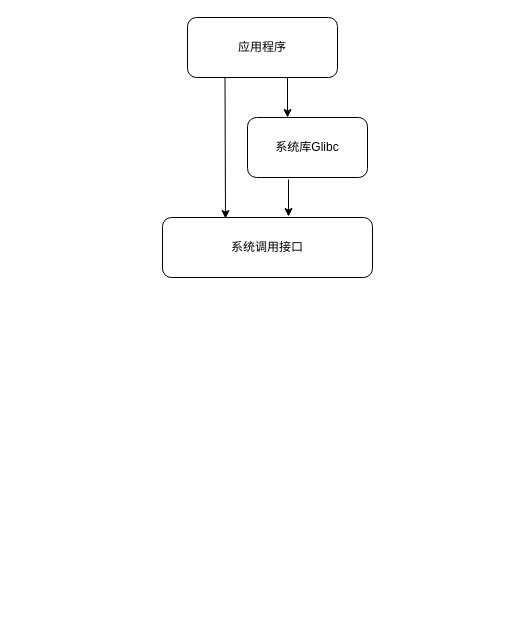
ywq1113/VASP_script keeps this draw.io diagram as Linux filesystem.drawio. Above is the earlier version. Source tidied: cells renumbered, new cells numbered last; positions are measured from the earlier drawing's top-left corner, leaving out a move shared by most shapes. Both pictures are drawn from the tidied source at 100%, with x=0, y=0 at pixel (162, 17).
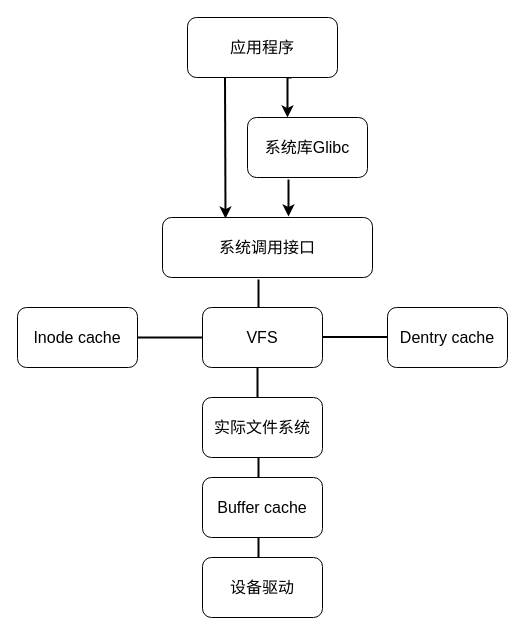
The same diagram, later.

The edit, as a diff of the source:
```diff
@@
-    <mxCell id="2" style="edgeStyle=orthogonalEdgeStyle;rounded=0;jettySize=auto;html=1;" parent="1" edge="1" target="4">
+    <mxCell id="2" style="edgeStyle=orthogonalEdgeStyle;rounded=0;jettySize=auto;html=1;strokeWidth=2;" parent="1" edge="1" target="4">
       <mxGeometry relative="1" as="geometry">
         <mxPoint x="129" y="60" as="sourcePoint" />
         <Array as="points">
           <mxPoint x="125" y="60" />
         </Array>
       </mxGeometry>
     </mxCell>
-    <mxCell id="3" value="应用程序" style="rounded=1;whiteSpace=wrap;html=1;" parent="1" vertex="1">
+    <mxCell id="3" value="&lt;font style=&quot;font-size: 16px&quot;&gt;应用程序&lt;/font&gt;" style="rounded=1;whiteSpace=wrap;html=1;" parent="1" vertex="1">
       <mxGeometry x="25" width="150" height="60" as="geometry" />
     </mxCell>
-    <mxCell id="4" value="系统库Glibc" style="whiteSpace=wrap;html=1;rounded=1;" parent="1" vertex="1">
+    <mxCell id="4" value="&lt;font style=&quot;font-size: 16px&quot;&gt;系统库Glibc&lt;/font&gt;" style="whiteSpace=wrap;html=1;rounded=1;" parent="1" vertex="1">
       <mxGeometry x="85" y="100" width="120" height="60" as="geometry" />
     </mxCell>
-    <mxCell id="5" value="系统调用接口" style="whiteSpace=wrap;html=1;rounded=1;" parent="1" vertex="1">
+    <mxCell id="5" value="&lt;font style=&quot;font-size: 16px&quot;&gt;系统调用接口&lt;/font&gt;" style="whiteSpace=wrap;html=1;rounded=1;" parent="1" vertex="1">
       <mxGeometry y="200" width="210" height="60" as="geometry" />
     </mxCell>
-    <mxCell id="6" style="endArrow=classic;html=1;exitX=0.25;exitY=1;exitDx=0;exitDy=0;entryX=0.3;entryY=0.017;entryDx=0;entryDy=0;entryPerimeter=0;" parent="1" edge="1" source="3" target="5">
+    <mxCell id="6" style="endArrow=classic;html=1;exitX=0.25;exitY=1;exitDx=0;exitDy=0;entryX=0.3;entryY=0.017;entryDx=0;entryDy=0;entryPerimeter=0;strokeWidth=2;" parent="1" edge="1" source="3" target="5">
       <mxGeometry relative="1" as="geometry" />
     </mxCell>
-    <mxCell id="7" style="endArrow=classic;html=1;exitX=0.308;exitY=1.033;exitDx=0;exitDy=0;exitPerimeter=0;entryX=0.581;entryY=-0.017;entryDx=0;entryDy=0;entryPerimeter=0;" parent="1" edge="1">
+    <mxCell id="7" style="endArrow=classic;html=1;exitX=0.308;exitY=1.033;exitDx=0;exitDy=0;exitPerimeter=0;entryX=0.581;entryY=-0.017;entryDx=0;entryDy=0;entryPerimeter=0;strokeWidth=2;" parent="1" edge="1">
       <mxGeometry relative="1" as="geometry">
         <mxPoint x="126" y="162" as="sourcePoint" />
         <mxPoint x="126" y="199" as="targetPoint" />
       </mxGeometry>
     </mxCell>
+    <mxCell id="8" style="endArrow=none;html=1;strokeWidth=2;entryX=0.462;entryY=1.05;entryDx=0;entryDy=0;entryPerimeter=0;" parent="1" edge="1">
+      <mxGeometry relative="1" as="geometry">
+        <mxPoint x="96" y="290" as="sourcePoint" />
+        <mxPoint x="96" y="262" as="targetPoint" />
+      </mxGeometry>
+    </mxCell>
+    <mxCell id="9" value="&lt;font style=&quot;font-size: 16px&quot;&gt;VFS&lt;/font&gt;" style="rounded=1;whiteSpace=wrap;html=1;" parent="1" vertex="1">
+      <mxGeometry x="40" y="290" width="120" height="60" as="geometry" />
+    </mxCell>
+    <mxCell id="10" style="endArrow=none;html=1;strokeWidth=2;entryX=0;entryY=0.5;entryDx=0;entryDy=0;" parent="1" edge="1" target="9">
+      <mxGeometry relative="1" as="geometry">
+        <mxPoint x="-25" y="320" as="sourcePoint" />
+      </mxGeometry>
+    </mxCell>
+    <mxCell id="11" value="&lt;span style=&quot;font-size: 16px&quot;&gt;Inode cache&lt;br&gt;&lt;/span&gt;" style="rounded=1;whiteSpace=wrap;html=1;" parent="1" vertex="1">
+      <mxGeometry x="-145" y="290" width="120" height="60" as="geometry" />
+    </mxCell>
+    <mxCell id="12" value="&lt;span style=&quot;font-size: 16px&quot;&gt;Dentry cache&lt;br&gt;&lt;/span&gt;" style="rounded=1;whiteSpace=wrap;html=1;" parent="1" vertex="1">
+      <mxGeometry x="225" y="290" width="120" height="60" as="geometry" />
+    </mxCell>
+    <mxCell id="13" style="endArrow=none;html=1;strokeWidth=2;entryX=0;entryY=0.5;entryDx=0;entryDy=0;" parent="1" edge="1">
+      <mxGeometry relative="1" as="geometry">
+        <mxPoint x="160" y="319.5" as="sourcePoint" />
+        <mxPoint x="225" y="319.5" as="targetPoint" />
+      </mxGeometry>
+    </mxCell>
+    <mxCell id="14" style="endArrow=none;html=1;strokeWidth=2;entryX=0.462;entryY=1.05;entryDx=0;entryDy=0;entryPerimeter=0;" parent="1" edge="1">
+      <mxGeometry relative="1" as="geometry">
+        <mxPoint x="95" y="380" as="sourcePoint" />
+        <mxPoint x="95" y="350" as="targetPoint" />
+      </mxGeometry>
+    </mxCell>
+    <mxCell id="15" value="&lt;span style=&quot;font-size: 16px&quot;&gt;实际文件系统&lt;/span&gt;" style="rounded=1;whiteSpace=wrap;html=1;" parent="1" vertex="1">
+      <mxGeometry x="40" y="380" width="120" height="60" as="geometry" />
+    </mxCell>
+    <mxCell id="16" style="endArrow=none;html=1;strokeWidth=2;entryX=0.462;entryY=1.05;entryDx=0;entryDy=0;entryPerimeter=0;" parent="1" edge="1">
+      <mxGeometry relative="1" as="geometry">
+        <mxPoint x="96" y="460" as="sourcePoint" />
+        <mxPoint x="96" y="440" as="targetPoint" />
+      </mxGeometry>
+    </mxCell>
+    <mxCell id="17" value="&lt;span style=&quot;font-size: 16px&quot;&gt;Buffer cache&lt;/span&gt;" style="rounded=1;whiteSpace=wrap;html=1;" parent="1" vertex="1">
+      <mxGeometry x="40" y="460" width="120" height="60" as="geometry" />
+    </mxCell>
+    <mxCell id="18" style="endArrow=none;html=1;strokeWidth=2;entryX=0.462;entryY=1.05;entryDx=0;entryDy=0;entryPerimeter=0;" parent="1" edge="1">
+      <mxGeometry relative="1" as="geometry">
+        <mxPoint x="96" y="540" as="sourcePoint" />
+        <mxPoint x="96" y="520" as="targetPoint" />
+      </mxGeometry>
+    </mxCell>
+    <mxCell id="19" value="&lt;span style=&quot;font-size: 16px&quot;&gt;设备驱动&lt;/span&gt;" style="rounded=1;whiteSpace=wrap;html=1;" parent="1" vertex="1">
+      <mxGeometry x="40" y="540" width="120" height="60" as="geometry" />
+    </mxCell>
```
